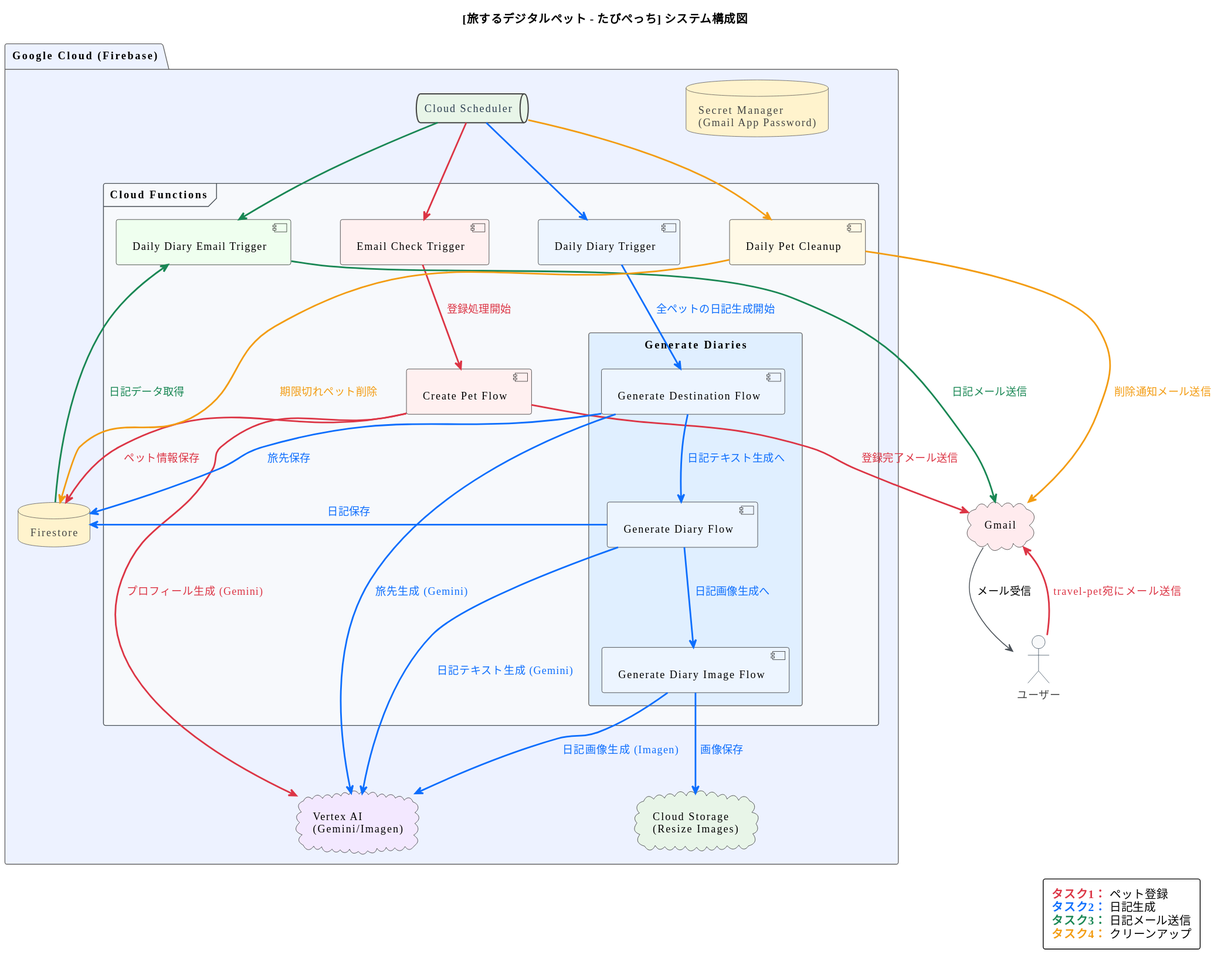
This is systemDiagram.svg from enu-kuro/travel-pet, a PlantUML export, as it was before one commit.
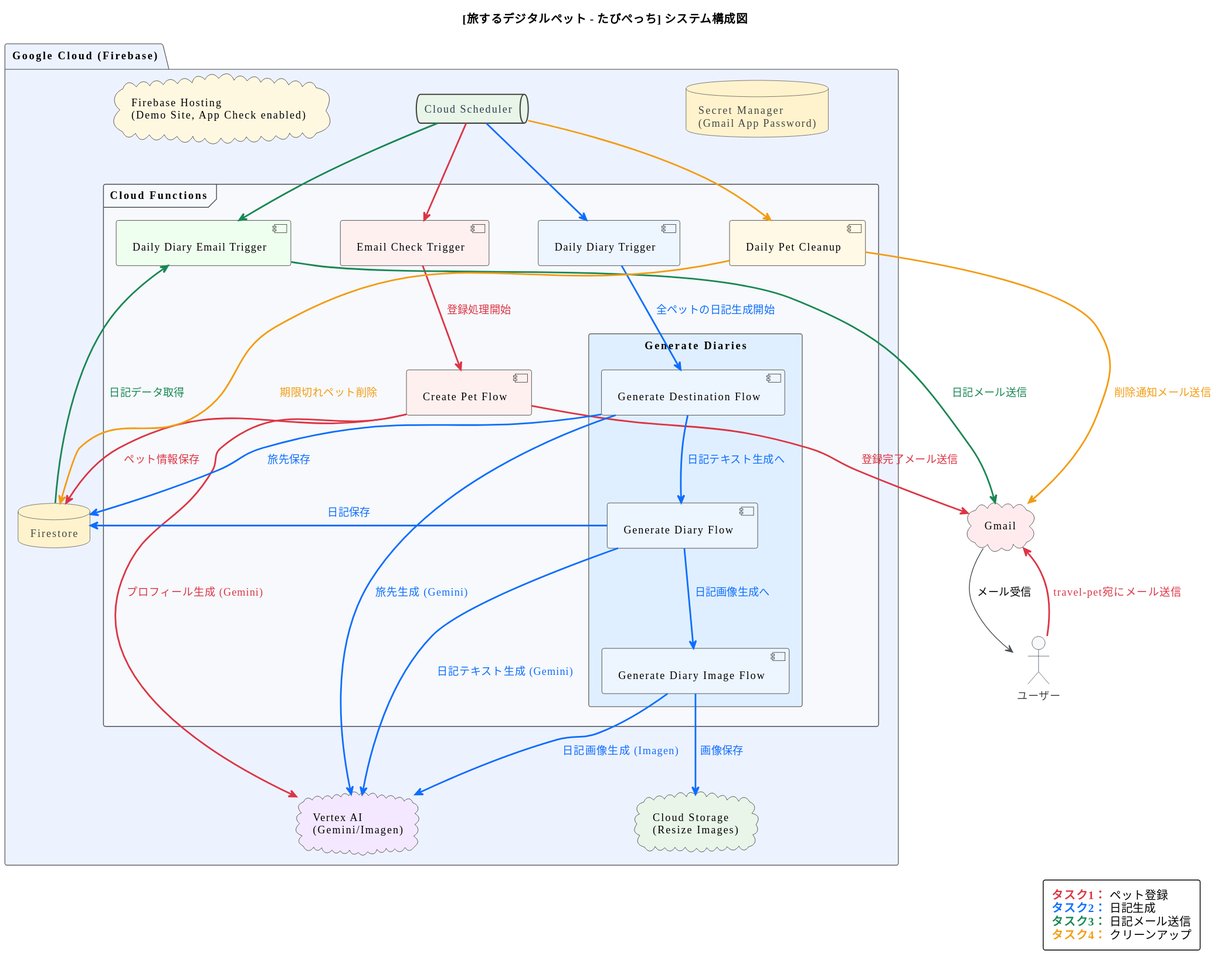
Above is the later version.

Commit message:
update system diagram

The edit, as a diff of the source:
```diff
@@ -49,6 +49,8 @@
         [Daily Diary Email Trigger] as DiaryEmail #EFFFEF
         [Daily Pet Cleanup]        as Cleanup #FFF9E6
     }
+
+    cloud "Firebase Hosting\n(Demo Site, App Check enabled)" as FirebaseHosting #FFF8E1
 }
 
 User -[#DC3545,bold]-> Gmail : <color:#DC3545>travel-pet宛にメール送信</color>
```
